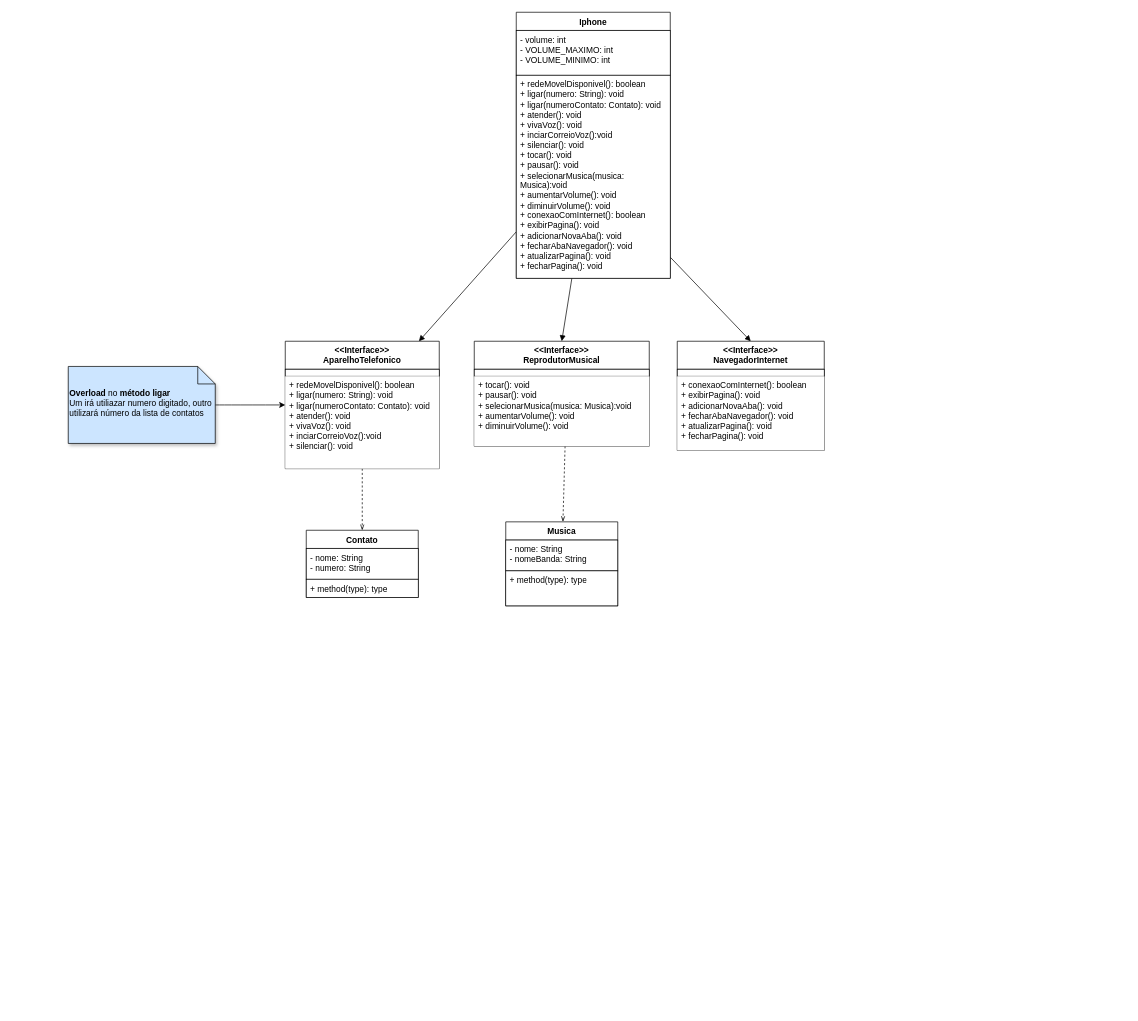
Before: page "Class" (2 of 3) of Desafios/DesafioIphone/imgs/UML_Desafio_Iphone.drawio in LucasGFBatista/DIO-BOOTCAMPS, a draw.io diagram. Source tidied: cells renumbered, new cells numbered last; positions are measured from the earlier drawing's top-left corner, leaving out a move shared by most shapes. Both pictures are drawn from the tidied source at 70%, with x=0, y=0 at pixel (68, 12).
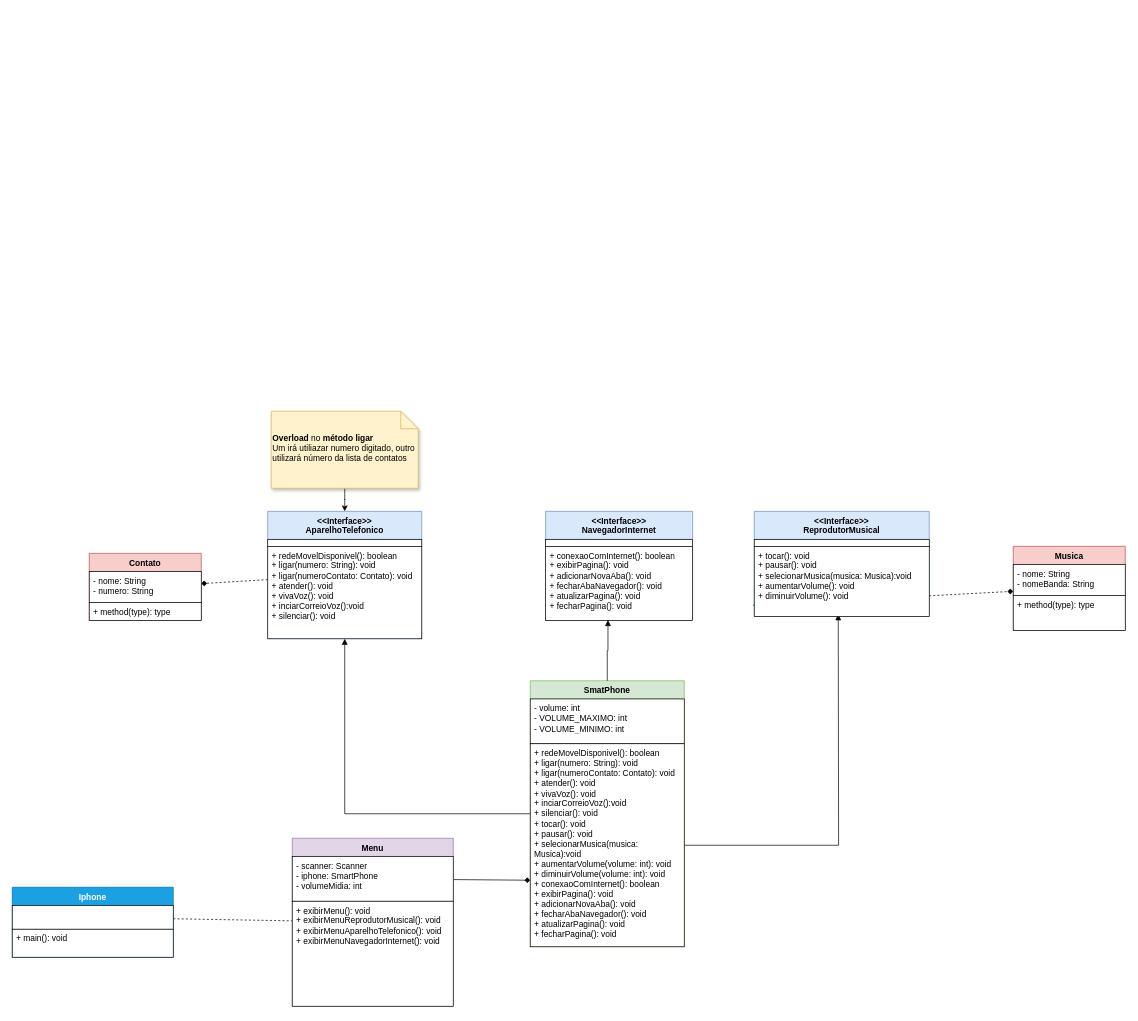
The same page after the edit.

The edit, as a diff of the source:
```diff
@@
-    <mxCell id="0" />
-    <mxCell id="1" parent="0" />
-    <mxCell id="2" style="rounded=0;jettySize=auto;html=1;endArrow=block;endFill=1;" parent="1" edge="1" source="18" target="9">
-      <mxGeometry relative="1" as="geometry" />
-    </mxCell>
-    <mxCell id="3" style="rounded=0;jettySize=auto;html=1;entryX=0.5;entryY=0;entryDx=0;entryDy=0;endArrow=block;endFill=1;" parent="1" edge="1" source="18" target="12">
-      <mxGeometry relative="1" as="geometry" />
-    </mxCell>
+    <mxCell id="27" />
+    <mxCell id="28" parent="27" />
+    <mxCell id="29" style="rounded=0;jettySize=auto;html=1;endArrow=block;endFill=1;strokeColor=default;edgeStyle=orthogonalEdgeStyle;" parent="28" edge="1" source="33" target="9">
+      <mxGeometry relative="1" as="geometry" />
+    </mxCell>
-    <mxCell id="4" style="rounded=0;jettySize=auto;html=1;endArrow=openThin;endFill=0;dashed=1;" parent="1" edge="1" source="9" target="21">
+    <mxCell id="4" style="rounded=0;jettySize=auto;html=1;endArrow=diamond;endFill=1;dashed=1;strokeColor=default;" parent="28" edge="1" source="9" target="21">
       <mxGeometry relative="1" as="geometry" />
     </mxCell>
-    <mxCell id="5" style="edgeStyle=orthogonalEdgeStyle;rounded=0;jettySize=auto;html=1;curved=1;" parent="1" edge="1" source="6" target="9">
+    <mxCell id="5" style="edgeStyle=orthogonalEdgeStyle;rounded=0;jettySize=auto;html=1;curved=1;strokeColor=default;" parent="28" edge="1" source="6" target="9">
       <mxGeometry relative="1" as="geometry" />
     </mxCell>
-    <mxCell id="6" value="&lt;b&gt;Overload&lt;/b&gt; no &lt;b&gt;método ligar&lt;/b&gt;&lt;div&gt;Um irá utiliazar numero digitado, outro utilizará número da lista de contatos&lt;/div&gt;" style="shape=note2;boundedLbl=1;whiteSpace=wrap;html=1;size=25;verticalAlign=top;align=left;fillColor=#CCE5FF;shadow=1;" parent="1" vertex="1">
-      <mxGeometry y="506" width="210" height="110" as="geometry" />
+    <mxCell id="6" value="&lt;b&gt;Overload&lt;/b&gt; no &lt;b&gt;método ligar&lt;/b&gt;&lt;div&gt;Um irá utiliazar numero digitado, outro utilizará número da lista de contatos&lt;/div&gt;" style="shape=note2;boundedLbl=1;whiteSpace=wrap;html=1;size=25;verticalAlign=top;align=left;fillColor=#fff2cc;shadow=1;strokeColor=#d6b656;" parent="28" vertex="1">
+      <mxGeometry x="290" y="570" width="210" height="110" as="geometry" />
     </mxCell>
-    <mxCell id="7" style="rounded=0;jettySize=auto;html=1;endArrow=openThin;endFill=0;dashed=1;exitX=0.519;exitY=1;exitDx=0;exitDy=0;exitPerimeter=0;" parent="1" edge="1" source="14" target="24">
+    <mxCell id="7" style="rounded=0;jettySize=auto;html=1;endArrow=diamond;endFill=1;dashed=1;exitX=-0.008;exitY=0.84;exitDx=0;exitDy=0;exitPerimeter=0;strokeColor=default;" parent="28" edge="1" source="14" target="24">
       <mxGeometry relative="1" as="geometry" />
     </mxCell>
-    <mxCell id="8" style="rounded=0;jettySize=auto;html=1;entryX=0.5;entryY=0;entryDx=0;entryDy=0;endArrow=block;endFill=1;" parent="1" edge="1" source="20" target="15">
-      <mxGeometry relative="1" as="geometry" />
-    </mxCell>
+    <mxCell id="30" style="rounded=0;jettySize=auto;html=1;endArrow=block;endFill=1;strokeColor=default;edgeStyle=orthogonalEdgeStyle;" parent="28" edge="1" source="34">
+      <mxGeometry relative="1" as="geometry">
+        <mxPoint x="1100" y="860" as="targetPoint" />
+      </mxGeometry>
+    </mxCell>
+    <mxCell id="31" style="rounded=0;jettySize=auto;html=1;entryX=0;entryY=0.75;entryDx=0;entryDy=0;endArrow=diamond;endFill=1;strokeColor=default;" parent="28" edge="1" source="36" target="33">
+      <mxGeometry relative="1" as="geometry" />
+    </mxCell>
+    <mxCell id="32" style="rounded=0;jettySize=auto;html=1;dashed=1;endArrow=none;endFill=0;strokeColor=default;" parent="28" edge="1" source="38" target="35">
+      <mxGeometry relative="1" as="geometry" />
+    </mxCell>
-    <mxCell id="9" value="&lt;div&gt;&amp;lt;&amp;lt;Interface&amp;gt;&amp;gt;&lt;/div&gt;&lt;div&gt;AparelhoTelefonico&lt;/div&gt;" style="swimlane;fontStyle=1;align=center;verticalAlign=top;horizontal=1;startSize=40;whiteSpace=wrap;html=1;" parent="1" vertex="1">
-      <mxGeometry x="310" y="470" width="220" height="182" as="geometry" />
+    <mxCell id="9" value="&lt;div&gt;&amp;lt;&amp;lt;Interface&amp;gt;&amp;gt;&lt;/div&gt;&lt;div&gt;AparelhoTelefonico&lt;/div&gt;" style="swimlane;fontStyle=1;align=center;verticalAlign=top;horizontal=1;startSize=40;whiteSpace=wrap;html=1;strokeColor=#6c8ebf;fillColor=#dae8fc;" parent="28" vertex="1">
+      <mxGeometry x="285" y="713" width="220" height="182" as="geometry" />
     </mxCell>
@@
-    <mxCell id="11" value="&lt;div&gt;&lt;div&gt;+ redeMovelDisponivel(): boolean&lt;/div&gt;+ ligar(numero: String): void&lt;/div&gt;&lt;div&gt;+ ligar(numeroContato: Contato): void&lt;br&gt;&lt;div&gt;+ atender(): void&lt;/div&gt;&lt;div&gt;+ vivaVoz(): void&lt;/div&gt;&lt;div&gt;+ inciarCorreioVoz():void&lt;/div&gt;&lt;div&gt;+ silenciar(): void&lt;/div&gt;&lt;div&gt;&lt;br&gt;&lt;/div&gt;&lt;/div&gt;" style="text;align=left;verticalAlign=top;spacingLeft=4;spacingRight=4;overflow=hidden;whiteSpace=wrap;html=1;fillColor=default;" parent="9" vertex="1">
+    <mxCell id="11" value="&lt;div&gt;&lt;div&gt;+ redeMovelDisponivel(): boolean&lt;/div&gt;+ ligar(numero: String): void&lt;/div&gt;&lt;div&gt;+ ligar(numeroContato: Contato): void&lt;br&gt;&lt;div&gt;+ atender(): void&lt;/div&gt;&lt;div&gt;+ vivaVoz(): void&lt;/div&gt;&lt;div&gt;+ inciarCorreioVoz():void&lt;/div&gt;&lt;div&gt;+ silenciar(): void&lt;/div&gt;&lt;div&gt;&lt;br&gt;&lt;/div&gt;&lt;/div&gt;" style="text;align=left;verticalAlign=top;spacingLeft=4;spacingRight=4;overflow=hidden;whiteSpace=wrap;html=1;fillColor=default;strokeColor=default;" parent="9" vertex="1">
       <mxGeometry y="50" width="220" height="132" as="geometry" />
     </mxCell>
-    <mxCell id="12" value="&lt;div&gt;&amp;lt;&amp;lt;Interface&amp;gt;&amp;gt;&lt;br&gt;&lt;/div&gt;ReprodutorMusical&lt;div&gt;&lt;br&gt;&lt;/div&gt;" style="swimlane;fontStyle=1;align=center;verticalAlign=top;horizontal=1;startSize=40;whiteSpace=wrap;html=1;" parent="1" vertex="1">
-      <mxGeometry x="580" y="470" width="250" height="150" as="geometry" />
+    <mxCell id="12" value="&lt;div&gt;&amp;lt;&amp;lt;Interface&amp;gt;&amp;gt;&lt;br&gt;&lt;/div&gt;ReprodutorMusical&lt;div&gt;&lt;br&gt;&lt;/div&gt;" style="swimlane;fontStyle=1;align=center;verticalAlign=top;horizontal=1;startSize=40;whiteSpace=wrap;html=1;strokeColor=#6c8ebf;fillColor=#dae8fc;" parent="28" vertex="1">
+      <mxGeometry x="980" y="713" width="250" height="150" as="geometry" />
     </mxCell>
@@
-    <mxCell id="14" value="+ tocar(): void&lt;div&gt;+ pausar(): void&lt;/div&gt;&lt;div&gt;+ selecionarMusica(musica: Musica):void&lt;/div&gt;&lt;div&gt;+ aumentarVolume(): void&lt;/div&gt;&lt;div&gt;+ diminuirVolume(): void&lt;/div&gt;" style="text;strokeColor=none;fillColor=default;align=left;verticalAlign=top;spacingLeft=4;spacingRight=4;overflow=hidden;points=[[0,0.5],[1,0.5]];portConstraint=eastwest;whiteSpace=wrap;html=1;" parent="12" vertex="1">
+    <mxCell id="14" value="+ tocar(): void&lt;div&gt;+ pausar(): void&lt;/div&gt;&lt;div&gt;+ selecionarMusica(musica: Musica):void&lt;/div&gt;&lt;div&gt;+ aumentarVolume(): void&lt;/div&gt;&lt;div&gt;+ diminuirVolume(): void&lt;/div&gt;" style="text;strokeColor=default;fillColor=default;align=left;verticalAlign=top;spacingLeft=4;spacingRight=4;overflow=hidden;points=[[0,0.5],[1,0.5]];portConstraint=eastwest;whiteSpace=wrap;html=1;" parent="12" vertex="1">
       <mxGeometry y="50" width="250" height="100" as="geometry" />
     </mxCell>
+    <mxCell id="33" value="SmatPhone" style="swimlane;fontStyle=1;align=center;verticalAlign=top;horizontal=1;startSize=26;whiteSpace=wrap;html=1;strokeColor=#82b366;fillColor=#d5e8d4;" parent="28" vertex="1">
+      <mxGeometry x="660" y="955" width="220" height="380" as="geometry" />
+    </mxCell>
+    <mxCell id="19" value="&lt;div&gt;&lt;div&gt;- volume: int&lt;/div&gt;&lt;/div&gt;&lt;div&gt;- VOLUME_MAXIMO: int&lt;/div&gt;&lt;div&gt;- VOLUME_MINIMO: int&lt;/div&gt;" style="text;strokeColor=default;fillColor=default;align=left;verticalAlign=top;spacingLeft=4;spacingRight=4;overflow=hidden;whiteSpace=wrap;html=1;" parent="33" vertex="1">
+      <mxGeometry y="26" width="220" height="64" as="geometry" />
+    </mxCell>
+    <mxCell id="34" value="&lt;div&gt;&lt;div&gt;&lt;div&gt;&lt;div&gt;+ redeMovelDisponivel(): boolean&lt;/div&gt;+ ligar(numero: String): void&lt;/div&gt;&lt;div&gt;+ ligar(numeroContato: Contato): void&lt;br&gt;&lt;div&gt;+ atender(): void&lt;/div&gt;&lt;div&gt;+ vivaVoz(): void&lt;/div&gt;&lt;div&gt;+ inciarCorreioVoz():void&lt;/div&gt;&lt;div&gt;+ silenciar(): void&lt;/div&gt;&lt;div&gt;+ tocar(): void&lt;div&gt;+ pausar(): void&lt;/div&gt;&lt;div&gt;+ selecionarMusica(musica: Musica):void&lt;/div&gt;&lt;div&gt;+ aumentarVolume(volume: int): void&lt;/div&gt;&lt;div&gt;+ diminuirVolume(volume: int): void&lt;/div&gt;&lt;/div&gt;&lt;/div&gt;&lt;/div&gt;&lt;/div&gt;&lt;div&gt;+ conexaoComInternet(): boolean&lt;div&gt;+ exibirPagina(): void&lt;/div&gt;&lt;div&gt;+ adicionarNovaAba(): void&lt;/div&gt;&lt;div&gt;+ fecharAbaNavegador(): void&lt;/div&gt;&lt;div&gt;+ atualizarPagina(): void&lt;/div&gt;&lt;div&gt;+ fecharPagina(): void&lt;/div&gt;&lt;/div&gt;" style="text;strokeColor=default;fillColor=default;align=left;verticalAlign=top;spacingLeft=4;spacingRight=4;overflow=hidden;points=[[0,0.5],[1,0.5]];portConstraint=eastwest;whiteSpace=wrap;html=1;" parent="33" vertex="1">
+      <mxGeometry y="90" width="220" height="290" as="geometry" />
+    </mxCell>
+    <mxCell id="24" value="Musica" style="swimlane;fontStyle=1;align=center;verticalAlign=top;horizontal=1;startSize=26;whiteSpace=wrap;html=1;strokeColor=#b85450;fillColor=#f8cecc;" parent="28" vertex="1">
+      <mxGeometry x="1350" y="763" width="160" height="120" as="geometry" />
+    </mxCell>
+    <mxCell id="25" value="- nome: String&lt;div&gt;- nomeBanda: String&lt;br&gt;&lt;div&gt;&lt;br&gt;&lt;/div&gt;&lt;/div&gt;" style="text;strokeColor=default;fillColor=default;align=left;verticalAlign=top;spacingLeft=4;spacingRight=4;overflow=hidden;whiteSpace=wrap;html=1;" parent="24" vertex="1">
+      <mxGeometry y="26" width="160" height="44" as="geometry" />
+    </mxCell>
+    <mxCell id="26" value="+ method(type): type" style="text;strokeColor=default;fillColor=default;align=left;verticalAlign=top;spacingLeft=4;spacingRight=4;overflow=hidden;whiteSpace=wrap;html=1;" parent="24" vertex="1">
+      <mxGeometry y="70" width="160" height="50" as="geometry" />
+    </mxCell>
+    <mxCell id="21" value="Contato" style="swimlane;fontStyle=1;align=center;verticalAlign=top;horizontal=1;startSize=26;whiteSpace=wrap;html=1;strokeColor=#b85450;fillColor=#f8cecc;" parent="28" vertex="1">
+      <mxGeometry x="30" y="773" width="160" height="96" as="geometry" />
+    </mxCell>
+    <mxCell id="22" value="- nome: String&lt;br&gt;- numero: String" style="text;align=left;verticalAlign=top;spacingLeft=4;spacingRight=4;overflow=hidden;whiteSpace=wrap;html=1;fillColor=default;strokeColor=default;" parent="21" vertex="1">
+      <mxGeometry y="26" width="160" height="44" as="geometry" />
+    </mxCell>
+    <mxCell id="23" value="+ method(type): type" style="text;strokeColor=default;fillColor=default;align=left;verticalAlign=top;spacingLeft=4;spacingRight=4;overflow=hidden;whiteSpace=wrap;html=1;" parent="21" vertex="1">
+      <mxGeometry y="70" width="160" height="26" as="geometry" />
+    </mxCell>
+    <mxCell id="35" value="Menu" style="swimlane;fontStyle=1;align=center;verticalAlign=top;horizontal=1;startSize=26;whiteSpace=wrap;html=1;strokeColor=#9673a6;fillColor=#e1d5e7;" parent="28" vertex="1">
+      <mxGeometry x="320" y="1180" width="230" height="240" as="geometry" />
+    </mxCell>
+    <mxCell id="36" value="- scanner: Scanner&lt;div&gt;- iphone: SmartPhone&lt;/div&gt;&lt;div&gt;- volumeMidia: int&lt;/div&gt;" style="text;align=left;verticalAlign=top;spacingLeft=4;spacingRight=4;overflow=hidden;points=[[0,0.5],[1,0.5]];portConstraint=eastwest;whiteSpace=wrap;html=1;fillColor=default;strokeColor=default;" parent="35" vertex="1">
+      <mxGeometry y="26" width="230" height="64" as="geometry" />
+    </mxCell>
+    <mxCell id="37" value="+ exibirMenu(): void&lt;div&gt;+ exibirMenuReprodutorMusical(): void&lt;/div&gt;&lt;div&gt;+ exibirMenuAparelhoTelefonico(): void&lt;/div&gt;&lt;div&gt;+ exibirMenuNavegadorInternet(): void&lt;/div&gt;" style="text;strokeColor=default;fillColor=default;align=left;verticalAlign=top;spacingLeft=4;spacingRight=4;overflow=hidden;whiteSpace=wrap;html=1;" parent="35" vertex="1">
+      <mxGeometry y="90" width="230" height="150" as="geometry" />
+    </mxCell>
+    <mxCell id="18" value="Iphone" style="swimlane;fontStyle=1;align=center;verticalAlign=top;horizontal=1;startSize=26;whiteSpace=wrap;html=1;strokeColor=#006EAF;fillColor=#1ba1e2;fontColor=#ffffff;" parent="28" vertex="1">
+      <mxGeometry x="-80" y="1250" width="230" height="100" as="geometry" />
+    </mxCell>
+    <mxCell id="38" style="text;align=left;verticalAlign=top;spacingLeft=4;spacingRight=4;overflow=hidden;points=[[0,0.5],[1,0.5]];portConstraint=eastwest;whiteSpace=wrap;html=1;fillColor=default;strokeColor=default;" parent="18" vertex="1">
+      <mxGeometry y="26" width="230" height="34" as="geometry" />
+    </mxCell>
+    <mxCell id="39" value="+ main(): void" style="text;strokeColor=default;fillColor=default;align=left;verticalAlign=top;spacingLeft=4;spacingRight=4;overflow=hidden;whiteSpace=wrap;html=1;" parent="18" vertex="1">
+      <mxGeometry y="60" width="230" height="40" as="geometry" />
+    </mxCell>
-    <mxCell id="15" value="&lt;div&gt;&amp;lt;&amp;lt;Interface&amp;gt;&amp;gt;&lt;br&gt;NavegadorInternet&lt;/div&gt;" style="swimlane;fontStyle=1;align=center;verticalAlign=top;horizontal=1;startSize=40;whiteSpace=wrap;html=1;" parent="1" vertex="1">
-      <mxGeometry x="870" y="470" width="210" height="156" as="geometry" />
+    <mxCell id="15" value="&lt;div&gt;&amp;lt;&amp;lt;Interface&amp;gt;&amp;gt;&lt;br&gt;NavegadorInternet&lt;/div&gt;" style="swimlane;fontStyle=1;align=center;verticalAlign=top;horizontal=1;startSize=40;whiteSpace=wrap;html=1;strokeColor=#6c8ebf;fillColor=#dae8fc;" parent="28" vertex="1">
+      <mxGeometry x="682" y="713" width="210" height="156" as="geometry" />
     </mxCell>
@@
-    <mxCell id="17" value="+ conexaoComInternet(): boolean&lt;div&gt;+ exibirPagina(): void&lt;/div&gt;&lt;div&gt;+ adicionarNovaAba(): void&lt;/div&gt;&lt;div&gt;+ fecharAbaNavegador(): void&lt;/div&gt;&lt;div&gt;+ atualizarPagina(): void&lt;/div&gt;&lt;div&gt;+ fecharPagina(): void&lt;/div&gt;" style="text;strokeColor=none;fillColor=default;align=left;verticalAlign=top;spacingLeft=4;spacingRight=4;overflow=hidden;points=[[0,0.5],[1,0.5]];portConstraint=eastwest;whiteSpace=wrap;html=1;" parent="15" vertex="1">
+    <mxCell id="17" value="+ conexaoComInternet(): boolean&lt;div&gt;+ exibirPagina(): void&lt;/div&gt;&lt;div&gt;+ adicionarNovaAba(): void&lt;/div&gt;&lt;div&gt;+ fecharAbaNavegador(): void&lt;/div&gt;&lt;div&gt;+ atualizarPagina(): void&lt;/div&gt;&lt;div&gt;+ fecharPagina(): void&lt;/div&gt;" style="text;strokeColor=default;fillColor=default;align=left;verticalAlign=top;spacingLeft=4;spacingRight=4;overflow=hidden;points=[[0,0.5],[1,0.5]];portConstraint=eastwest;whiteSpace=wrap;html=1;" parent="15" vertex="1">
       <mxGeometry y="50" width="210" height="106" as="geometry" />
     </mxCell>
-    <mxCell id="18" value="Iphone" style="swimlane;fontStyle=1;align=center;verticalAlign=top;horizontal=1;startSize=26;whiteSpace=wrap;html=1;" parent="1" vertex="1">
-      <mxGeometry x="640" width="220" height="380" as="geometry" />
-    </mxCell>
-    <mxCell id="19" value="&lt;div&gt;&lt;div&gt;- volume: int&lt;/div&gt;&lt;/div&gt;&lt;div&gt;- VOLUME_MAXIMO: int&lt;/div&gt;&lt;div&gt;- VOLUME_MINIMO: int&lt;/div&gt;" style="text;strokeColor=default;fillColor=default;align=left;verticalAlign=top;spacingLeft=4;spacingRight=4;overflow=hidden;whiteSpace=wrap;html=1;" parent="18" vertex="1">
-      <mxGeometry y="26" width="220" height="64" as="geometry" />
-    </mxCell>
-    <mxCell id="20" value="&lt;div&gt;&lt;div&gt;&lt;div&gt;&lt;div&gt;+ redeMovelDisponivel(): boolean&lt;/div&gt;+ ligar(numero: String): void&lt;/div&gt;&lt;div&gt;+ ligar(numeroContato: Contato): void&lt;br&gt;&lt;div&gt;+ atender(): void&lt;/div&gt;&lt;div&gt;+ vivaVoz(): void&lt;/div&gt;&lt;div&gt;+ inciarCorreioVoz():void&lt;/div&gt;&lt;div&gt;+ silenciar(): void&lt;/div&gt;&lt;div&gt;+ tocar(): void&lt;div&gt;+ pausar(): void&lt;/div&gt;&lt;div&gt;+ selecionarMusica(musica: Musica):void&lt;/div&gt;&lt;div&gt;+ aumentarVolume(): void&lt;/div&gt;&lt;div&gt;+ diminuirVolume(): void&lt;/div&gt;&lt;/div&gt;&lt;/div&gt;&lt;/div&gt;&lt;/div&gt;&lt;div&gt;+ conexaoComInternet(): boolean&lt;div&gt;+ exibirPagina(): void&lt;/div&gt;&lt;div&gt;+ adicionarNovaAba(): void&lt;/div&gt;&lt;div&gt;+ fecharAbaNavegador(): void&lt;/div&gt;&lt;div&gt;+ atualizarPagina(): void&lt;/div&gt;&lt;div&gt;+ fecharPagina(): void&lt;/div&gt;&lt;/div&gt;" style="text;strokeColor=default;fillColor=default;align=left;verticalAlign=top;spacingLeft=4;spacingRight=4;overflow=hidden;points=[[0,0.5],[1,0.5]];portConstraint=eastwest;whiteSpace=wrap;html=1;" parent="18" vertex="1">
-      <mxGeometry y="90" width="220" height="290" as="geometry" />
-    </mxCell>
-    <mxCell id="21" value="Contato" style="swimlane;fontStyle=1;align=center;verticalAlign=top;horizontal=1;startSize=26;whiteSpace=wrap;html=1;" parent="1" vertex="1">
-      <mxGeometry x="340" y="740" width="160" height="96" as="geometry" />
-    </mxCell>
-    <mxCell id="22" value="- nome: String&lt;br&gt;- numero: String" style="text;align=left;verticalAlign=top;spacingLeft=4;spacingRight=4;overflow=hidden;whiteSpace=wrap;html=1;fillColor=default;strokeColor=default;" parent="21" vertex="1">
-      <mxGeometry y="26" width="160" height="44" as="geometry" />
-    </mxCell>
-    <mxCell id="23" value="+ method(type): type" style="text;strokeColor=default;fillColor=default;align=left;verticalAlign=top;spacingLeft=4;spacingRight=4;overflow=hidden;whiteSpace=wrap;html=1;" parent="21" vertex="1">
-      <mxGeometry y="70" width="160" height="26" as="geometry" />
-    </mxCell>
-    <mxCell id="24" value="Musica" style="swimlane;fontStyle=1;align=center;verticalAlign=top;horizontal=1;startSize=26;whiteSpace=wrap;html=1;" parent="1" vertex="1">
-      <mxGeometry x="625" y="728" width="160" height="120" as="geometry" />
-    </mxCell>
-    <mxCell id="25" value="- nome: String&lt;div&gt;- nomeBanda: String&lt;br&gt;&lt;div&gt;&lt;br&gt;&lt;/div&gt;&lt;/div&gt;" style="text;strokeColor=default;fillColor=default;align=left;verticalAlign=top;spacingLeft=4;spacingRight=4;overflow=hidden;whiteSpace=wrap;html=1;" parent="24" vertex="1">
-      <mxGeometry y="26" width="160" height="44" as="geometry" />
-    </mxCell>
-    <mxCell id="26" value="+ method(type): type" style="text;strokeColor=default;fillColor=default;align=left;verticalAlign=top;spacingLeft=4;spacingRight=4;overflow=hidden;whiteSpace=wrap;html=1;" parent="24" vertex="1">
-      <mxGeometry y="70" width="160" height="50" as="geometry" />
-    </mxCell>
+    <mxCell id="40" style="rounded=0;jettySize=auto;html=1;exitX=0.5;exitY=0;exitDx=0;exitDy=0;entryX=0.424;entryY=0.993;entryDx=0;entryDy=0;entryPerimeter=0;endArrow=block;endFill=1;strokeColor=default;edgeStyle=orthogonalEdgeStyle;" parent="28" edge="1" source="33" target="17">
+      <mxGeometry relative="1" as="geometry" />
+    </mxCell>
```
